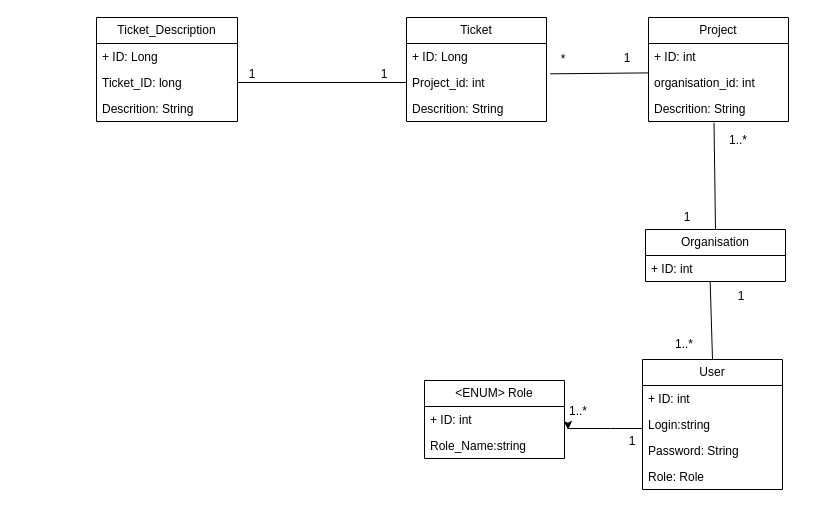
Before: GlobalClassDiagram.drawio in TunNetCom/TunNetCom-AionTime, a draw.io diagram. Source tidied: cells renumbered, new cells numbered last; positions are measured from the earlier drawing's top-left corner, leaving out a move shared by most shapes. Both pictures are drawn from the tidied source at 100%, with x=0, y=0 at pixel (96, 17).
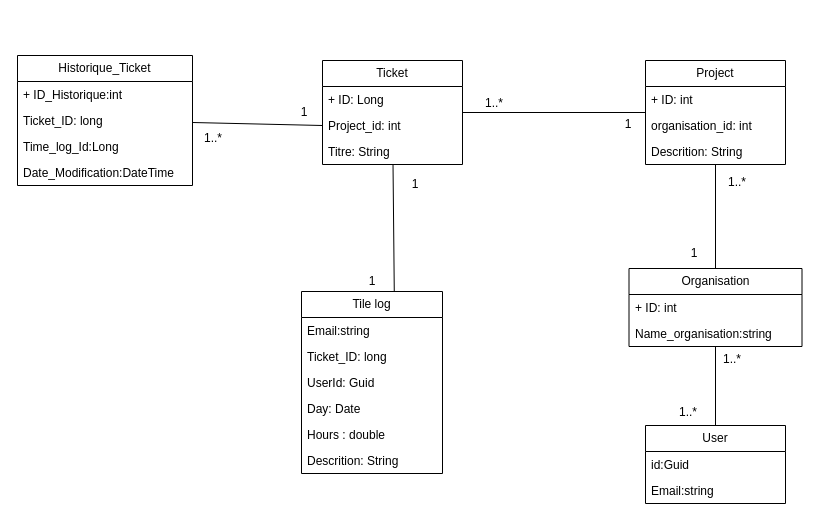
After the change.

Commit message:
Mettre à jour GlobalClassDiagram.drawio

The change refers to these unchanged cells:
```xml
<mxCell id="8" value="Project_id: int" style="text;strokeColor=none;fillColor=none;align=left;verticalAlign=top;spacingLeft=4;spacingRight=4;overflow=hidden;points=[[0,0.5],[1,0.5]];portConstraint=eastwest;whiteSpace=wrap;html=1;" parent="6" vertex="1">
  <mxGeometry y="52" width="140" height="26" as="geometry" />
</mxCell>
<mxCell id="12" value="organisation_id: int" style="text;strokeColor=none;fillColor=none;align=left;verticalAlign=top;spacingLeft=4;spacingRight=4;overflow=hidden;points=[[0,0.5],[1,0.5]];portConstraint=eastwest;whiteSpace=wrap;html=1;" parent="10" vertex="1">
  <mxGeometry y="52" width="140" height="26" as="geometry" />
</mxCell>
<mxCell id="13" value="Descrition: String&lt;br&gt;" style="text;strokeColor=none;fillColor=none;align=left;verticalAlign=top;spacingLeft=4;spacingRight=4;overflow=hidden;points=[[0,0.5],[1,0.5]];portConstraint=eastwest;whiteSpace=wrap;html=1;" parent="10" vertex="1">
  <mxGeometry y="78" width="140" height="26" as="geometry" />
</mxCell>
```

Diff of the diagram source:
```diff
@@
-    <mxCell id="2" value="Ticket_Description&lt;br&gt;" style="swimlane;fontStyle=0;horizontal=1;startSize=26;fillColor=none;whiteSpace=wrap;html=1;" parent="1" vertex="1">
-      <mxGeometry width="141" height="104" as="geometry" />
+    <mxCell id="2" value="Historique_Ticket" style="swimlane;fontStyle=0;horizontal=1;startSize=26;fillColor=none;whiteSpace=wrap;html=1;" parent="1" vertex="1">
+      <mxGeometry x="-79" y="38" width="175" height="130" as="geometry" />
     </mxCell>
-    <mxCell id="3" value="+ ID: Long&lt;br&gt;" style="text;strokeColor=none;fillColor=none;align=left;verticalAlign=top;spacingLeft=4;spacingRight=4;overflow=hidden;whiteSpace=wrap;html=1;" parent="2" vertex="1">
-      <mxGeometry y="26" width="141" height="26" as="geometry" />
+    <mxCell id="3" value="+ ID_Historique:int&amp;nbsp;" style="text;strokeColor=none;fillColor=none;align=left;verticalAlign=top;spacingLeft=4;spacingRight=4;overflow=hidden;whiteSpace=wrap;html=1;" parent="2" vertex="1">
+      <mxGeometry y="26" width="175" height="26" as="geometry" />
     </mxCell>
     <mxCell id="4" value="Ticket_ID: long" style="text;strokeColor=none;fillColor=none;align=left;verticalAlign=top;spacingLeft=4;spacingRight=4;overflow=hidden;points=[[0,0.5],[1,0.5]];portConstraint=eastwest;whiteSpace=wrap;html=1;" parent="2" vertex="1">
-      <mxGeometry y="52" width="141" height="26" as="geometry" />
+      <mxGeometry y="52" width="175" height="26" as="geometry" />
     </mxCell>
-    <mxCell id="5" value="Descrition: String&lt;br&gt;" style="text;strokeColor=none;fillColor=none;align=left;verticalAlign=top;spacingLeft=4;spacingRight=4;overflow=hidden;whiteSpace=wrap;html=1;" parent="2" vertex="1">
-      <mxGeometry y="78" width="141" height="26" as="geometry" />
+    <mxCell id="5" value="Time_log_Id:Long" style="text;strokeColor=none;fillColor=none;align=left;verticalAlign=top;spacingLeft=4;spacingRight=4;overflow=hidden;whiteSpace=wrap;html=1;" parent="2" vertex="1">
+      <mxGeometry y="78" width="175" height="26" as="geometry" />
     </mxCell>
+    <mxCell id="39" value="Date_Modification:DateTime" style="text;strokeColor=none;fillColor=none;align=left;verticalAlign=top;spacingLeft=4;spacingRight=4;overflow=hidden;whiteSpace=wrap;html=1;" parent="2" vertex="1">
+      <mxGeometry y="104" width="175" height="26" as="geometry" />
+    </mxCell>
     <mxCell id="6" value="Ticket" style="swimlane;fontStyle=0;horizontal=1;startSize=26;fillColor=none;whiteSpace=wrap;html=1;" parent="1" vertex="1">
-      <mxGeometry x="310" width="140" height="104" as="geometry" />
+      <mxGeometry x="226" y="43" width="140" height="104" as="geometry" />
     </mxCell>
@@
-    <mxCell id="9" value="Descrition: String&lt;br&gt;" style="text;strokeColor=none;fillColor=none;align=left;verticalAlign=top;spacingLeft=4;spacingRight=4;overflow=hidden;whiteSpace=wrap;html=1;" parent="6" vertex="1">
+    <mxCell id="9" value="Titre: String" style="text;strokeColor=none;fillColor=none;align=left;verticalAlign=top;spacingLeft=4;spacingRight=4;overflow=hidden;whiteSpace=wrap;html=1;" parent="6" vertex="1">
       <mxGeometry y="78" width="140" height="26" as="geometry" />
     </mxCell>
     <mxCell id="10" value="Project" style="swimlane;fontStyle=0;horizontal=1;startSize=26;fillColor=none;whiteSpace=wrap;html=1;" parent="1" vertex="1">
-      <mxGeometry x="552" width="140" height="104" as="geometry" />
+      <mxGeometry x="549" y="43" width="140" height="104" as="geometry" />
     </mxCell>
@@
     <mxCell id="14" value="Organisation" style="swimlane;fontStyle=0;horizontal=1;startSize=26;fillColor=none;whiteSpace=wrap;html=1;" parent="1" vertex="1">
-      <mxGeometry x="549" y="212" width="140" height="52" as="geometry" />
+      <mxGeometry x="532.5" y="251" width="173" height="78" as="geometry" />
     </mxCell>
     <mxCell id="15" value="+ ID: int" style="text;strokeColor=none;fillColor=none;align=left;verticalAlign=top;spacingLeft=4;spacingRight=4;overflow=hidden;points=[[0,0.5],[1,0.5]];portConstraint=eastwest;whiteSpace=wrap;html=1;" parent="14" vertex="1">
-      <mxGeometry y="26" width="140" height="26" as="geometry" />
+      <mxGeometry y="26" width="173" height="26" as="geometry" />
     </mxCell>
-    <mxCell id="16" style="endArrow=none;html=1;rounded=0;exitX=1;exitY=0.5;exitDx=0;exitDy=0;entryX=0;entryY=0.5;entryDx=0;entryDy=0;" parent="1" edge="1" source="4" target="8">
-      <mxGeometry relative="1" as="geometry" />
-    </mxCell>
+    <mxCell id="40" value="Name_organisation:string" style="text;strokeColor=none;fillColor=none;align=left;verticalAlign=top;spacingLeft=4;spacingRight=4;overflow=hidden;whiteSpace=wrap;html=1;" parent="14" vertex="1">
+      <mxGeometry y="52" width="173" height="26" as="geometry" />
+    </mxCell>
-    <mxCell id="17" style="endArrow=none;html=1;rounded=0;exitX=1.026;exitY=0.167;exitDx=0;exitDy=0;entryX=-0.003;entryY=0.131;entryDx=0;entryDy=0;exitPerimeter=0;entryPerimeter=0;" parent="1" edge="1" source="8" target="12">
+    <mxCell id="17" style="endArrow=none;html=1;rounded=0;" parent="1" edge="1" source="6" target="10">
       <mxGeometry relative="1" as="geometry" />
     </mxCell>
-    <mxCell id="18" value="1" style="text;html=1;strokeColor=none;fillColor=none;align=center;verticalAlign=middle;whiteSpace=wrap;rounded=0;" parent="1" vertex="1">
-      <mxGeometry x="126" y="42" width="60" height="30" as="geometry" />
-    </mxCell>
-    <mxCell id="19" value="1" style="text;html=1;strokeColor=none;fillColor=none;align=center;verticalAlign=middle;whiteSpace=wrap;rounded=0;" parent="1" vertex="1">
-      <mxGeometry x="258" y="42" width="60" height="30" as="geometry" />
-    </mxCell>
-    <mxCell id="20" value="1" style="text;html=1;strokeColor=none;fillColor=none;align=center;verticalAlign=middle;whiteSpace=wrap;rounded=0;" parent="1" vertex="1">
-      <mxGeometry x="501" y="26" width="60" height="30" as="geometry" />
-    </mxCell>
-    <mxCell id="21" value="*" style="text;html=1;strokeColor=none;fillColor=none;align=center;verticalAlign=middle;whiteSpace=wrap;rounded=0;" parent="1" vertex="1">
-      <mxGeometry x="437" y="27" width="60" height="29" as="geometry" />
-    </mxCell>
-    <mxCell id="22" style="endArrow=none;html=1;rounded=0;exitX=0.5;exitY=0;exitDx=0;exitDy=0;entryX=0.468;entryY=1.05;entryDx=0;entryDy=0;entryPerimeter=0;" parent="1" edge="1" source="14" target="13">
+    <mxCell id="22" style="endArrow=none;html=1;rounded=0;" parent="1" edge="1" source="14" target="10">
       <mxGeometry relative="1" as="geometry" />
     </mxCell>
     <mxCell id="23" value="1" style="text;html=1;strokeColor=none;fillColor=none;align=center;verticalAlign=middle;whiteSpace=wrap;rounded=0;" parent="1" vertex="1">
-      <mxGeometry x="561" y="185" width="60" height="30" as="geometry" />
+      <mxGeometry x="178" y="80" width="60" height="30" as="geometry" />
     </mxCell>
     <mxCell id="24" value="1..*" style="text;html=1;strokeColor=none;fillColor=none;align=center;verticalAlign=middle;whiteSpace=wrap;rounded=0;" parent="1" vertex="1">
-      <mxGeometry x="612" y="108" width="60" height="30" as="geometry" />
+      <mxGeometry x="87" y="106" width="60" height="30" as="geometry" />
     </mxCell>
-    <mxCell id="25" style="endArrow=none;html=1;rounded=0;entryX=0.462;entryY=1.014;entryDx=0;entryDy=0;entryPerimeter=0;exitX=0.5;exitY=0;exitDx=0;exitDy=0;" parent="1" edge="1" source="29" target="15">
+    <mxCell id="25" style="endArrow=none;html=1;rounded=0;exitX=0.5;exitY=0;exitDx=0;exitDy=0;" parent="1" edge="1" source="29" target="14">
       <mxGeometry relative="1" as="geometry" />
     </mxCell>
-    <mxCell id="26" value="&amp;lt;ENUM&amp;gt; Role&lt;br&gt;" style="swimlane;fontStyle=0;horizontal=1;startSize=26;fillColor=none;whiteSpace=wrap;html=1;" parent="1" vertex="1">
-      <mxGeometry x="328" y="363" width="140" height="78" as="geometry" />
-    </mxCell>
-    <mxCell id="27" value="+ ID: int" style="text;strokeColor=none;fillColor=none;align=left;verticalAlign=top;spacingLeft=4;spacingRight=4;overflow=hidden;whiteSpace=wrap;html=1;" parent="26" vertex="1">
-      <mxGeometry y="26" width="140" height="26" as="geometry" />
-    </mxCell>
-    <mxCell id="28" value="Role_Name:string" style="text;strokeColor=none;fillColor=none;align=left;verticalAlign=top;spacingLeft=4;spacingRight=4;overflow=hidden;points=[[0,0.5],[1,0.5]];portConstraint=eastwest;whiteSpace=wrap;html=1;" parent="26" vertex="1">
-      <mxGeometry y="52" width="140" height="26" as="geometry" />
-    </mxCell>
     <mxCell id="29" value="User" style="swimlane;fontStyle=0;horizontal=1;startSize=26;fillColor=none;whiteSpace=wrap;html=1;" parent="1" vertex="1">
-      <mxGeometry x="546" y="342" width="140" height="130" as="geometry" />
+      <mxGeometry x="549" y="408" width="140" height="78" as="geometry" />
     </mxCell>
+    <mxCell id="41" value="id:Guid" style="text;strokeColor=none;fillColor=none;align=left;verticalAlign=top;spacingLeft=4;spacingRight=4;overflow=hidden;whiteSpace=wrap;html=1;" parent="29" vertex="1">
+      <mxGeometry y="26" width="140" height="26" as="geometry" />
+    </mxCell>
-    <mxCell id="30" value="+ ID: int" style="text;strokeColor=none;fillColor=none;align=left;verticalAlign=top;spacingLeft=4;spacingRight=4;overflow=hidden;whiteSpace=wrap;html=1;" parent="29" vertex="1">
-      <mxGeometry y="26" width="140" height="26" as="geometry" />
+    <mxCell id="30" value="Email:string" style="text;strokeColor=none;fillColor=none;align=left;verticalAlign=top;spacingLeft=4;spacingRight=4;overflow=hidden;whiteSpace=wrap;html=1;" parent="29" vertex="1">
+      <mxGeometry y="52" width="140" height="26" as="geometry" />
     </mxCell>
-    <mxCell id="31" value="Login:string" style="text;strokeColor=none;fillColor=none;align=left;verticalAlign=top;spacingLeft=4;spacingRight=4;overflow=hidden;points=[[0,0.5],[1,0.5]];portConstraint=eastwest;whiteSpace=wrap;html=1;" parent="29" vertex="1">
-      <mxGeometry y="52" width="140" height="26" as="geometry" />
-    </mxCell>
-    <mxCell id="32" value="Password: String" style="text;strokeColor=none;fillColor=none;align=left;verticalAlign=top;spacingLeft=4;spacingRight=4;overflow=hidden;whiteSpace=wrap;html=1;" parent="29" vertex="1">
-      <mxGeometry y="78" width="140" height="26" as="geometry" />
-    </mxCell>
-    <mxCell id="33" value="Role: Role" style="text;strokeColor=none;fillColor=none;align=left;verticalAlign=top;spacingLeft=4;spacingRight=4;overflow=hidden;whiteSpace=wrap;html=1;" parent="29" vertex="1">
-      <mxGeometry y="104" width="140" height="26" as="geometry" />
-    </mxCell>
-    <mxCell id="34" style="edgeStyle=orthogonalEdgeStyle;rounded=0;jettySize=auto;html=1;entryX=1.026;entryY=-0.109;entryDx=0;entryDy=0;entryPerimeter=0;" parent="1" edge="1" source="31" target="28">
-      <mxGeometry relative="1" as="geometry">
-        <Array as="points">
-          <mxPoint x="514" y="411" />
-          <mxPoint x="514" y="411" />
-        </Array>
-      </mxGeometry>
-    </mxCell>
-    <mxCell id="35" value="1" style="text;html=1;strokeColor=none;fillColor=none;align=center;verticalAlign=middle;whiteSpace=wrap;rounded=0;" parent="1" vertex="1">
-      <mxGeometry x="615" y="264" width="60" height="30" as="geometry" />
-    </mxCell>
-    <mxCell id="36" value="1..*" style="text;html=1;strokeColor=none;fillColor=none;align=center;verticalAlign=middle;whiteSpace=wrap;rounded=0;" parent="1" vertex="1">
-      <mxGeometry x="558" y="312" width="60" height="30" as="geometry" />
-    </mxCell>
-    <mxCell id="37" value="1..*" style="text;html=1;strokeColor=none;fillColor=none;align=center;verticalAlign=middle;whiteSpace=wrap;rounded=0;" parent="1" vertex="1">
-      <mxGeometry x="452" y="379" width="60" height="30" as="geometry" />
-    </mxCell>
-    <mxCell id="38" value="1" style="text;html=1;strokeColor=none;fillColor=none;align=center;verticalAlign=middle;whiteSpace=wrap;rounded=0;" parent="1" vertex="1">
-      <mxGeometry x="506" y="409" width="60" height="30" as="geometry" />
-    </mxCell>
+    <mxCell id="42" value="Tile log" style="swimlane;fontStyle=0;horizontal=1;startSize=26;fillColor=none;whiteSpace=wrap;html=1;" parent="1" vertex="1">
+      <mxGeometry x="205" y="274" width="141" height="182" as="geometry" />
+    </mxCell>
+    <mxCell id="43" value="Email:string" style="text;strokeColor=none;fillColor=none;align=left;verticalAlign=top;spacingLeft=4;spacingRight=4;overflow=hidden;whiteSpace=wrap;html=1;" parent="42" vertex="1">
+      <mxGeometry y="26" width="141" height="26" as="geometry" />
+    </mxCell>
+    <mxCell id="44" value="Ticket_ID: long" style="text;strokeColor=none;fillColor=none;align=left;verticalAlign=top;spacingLeft=4;spacingRight=4;overflow=hidden;whiteSpace=wrap;html=1;" parent="42" vertex="1">
+      <mxGeometry y="52" width="141" height="26" as="geometry" />
+    </mxCell>
+    <mxCell id="45" value="UserId: Guid" style="text;strokeColor=none;fillColor=none;align=left;verticalAlign=top;spacingLeft=4;spacingRight=4;overflow=hidden;whiteSpace=wrap;html=1;" parent="42" vertex="1">
+      <mxGeometry y="78" width="141" height="26" as="geometry" />
+    </mxCell>
+    <mxCell id="46" value="Day: Date" style="text;strokeColor=none;fillColor=none;align=left;verticalAlign=top;spacingLeft=4;spacingRight=4;overflow=hidden;whiteSpace=wrap;html=1;" parent="42" vertex="1">
+      <mxGeometry y="104" width="141" height="26" as="geometry" />
+    </mxCell>
+    <mxCell id="47" value="Hours : double" style="text;strokeColor=none;fillColor=none;align=left;verticalAlign=top;spacingLeft=4;spacingRight=4;overflow=hidden;whiteSpace=wrap;html=1;" parent="42" vertex="1">
+      <mxGeometry y="130" width="141" height="26" as="geometry" />
+    </mxCell>
+    <mxCell id="48" value="Descrition: String&lt;br&gt;" style="text;strokeColor=none;fillColor=none;align=left;verticalAlign=top;spacingLeft=4;spacingRight=4;overflow=hidden;whiteSpace=wrap;html=1;" parent="42" vertex="1">
+      <mxGeometry y="156" width="141" height="26" as="geometry" />
+    </mxCell>
+    <mxCell id="49" style="endArrow=none;html=1;rounded=0;entryX=0.658;entryY=-0.001;entryDx=0;entryDy=0;entryPerimeter=0;" parent="1" edge="1" source="6" target="42">
+      <mxGeometry relative="1" as="geometry" />
+    </mxCell>
+    <mxCell id="50" style="endArrow=none;html=1;rounded=0;exitX=0;exitY=0.5;exitDx=0;exitDy=0;" parent="1" edge="1" source="8" target="2">
+      <mxGeometry relative="1" as="geometry" />
+    </mxCell>
+    <mxCell id="51" value="1" style="text;html=1;strokeColor=none;fillColor=none;align=center;verticalAlign=middle;whiteSpace=wrap;rounded=0;" parent="1" vertex="1">
+      <mxGeometry x="245.5" y="249" width="60" height="30" as="geometry" />
+    </mxCell>
+    <mxCell id="52" value="1" style="text;html=1;strokeColor=none;fillColor=none;align=center;verticalAlign=middle;whiteSpace=wrap;rounded=0;" parent="1" vertex="1">
+      <mxGeometry x="289" y="152" width="60" height="30" as="geometry" />
+    </mxCell>
+    <mxCell id="53" value="1..*" style="text;html=1;strokeColor=none;fillColor=none;align=center;verticalAlign=middle;whiteSpace=wrap;rounded=0;" parent="1" vertex="1">
+      <mxGeometry x="368" y="71" width="60" height="30" as="geometry" />
+    </mxCell>
+    <mxCell id="54" value="1" style="text;html=1;strokeColor=none;fillColor=none;align=center;verticalAlign=middle;whiteSpace=wrap;rounded=0;" parent="1" vertex="1">
+      <mxGeometry x="502" y="92" width="60" height="30" as="geometry" />
+    </mxCell>
+    <mxCell id="55" value="1..*" style="text;html=1;strokeColor=none;fillColor=none;align=center;verticalAlign=middle;whiteSpace=wrap;rounded=0;" parent="1" vertex="1">
+      <mxGeometry x="611" y="150" width="60" height="30" as="geometry" />
+    </mxCell>
+    <mxCell id="56" value="1" style="text;html=1;strokeColor=none;fillColor=none;align=center;verticalAlign=middle;whiteSpace=wrap;rounded=0;" parent="1" vertex="1">
+      <mxGeometry x="568" y="221" width="60" height="30" as="geometry" />
+    </mxCell>
+    <mxCell id="57" value="1..*" style="text;html=1;strokeColor=none;fillColor=none;align=center;verticalAlign=middle;whiteSpace=wrap;rounded=0;" parent="1" vertex="1">
+      <mxGeometry x="606" y="327" width="60" height="30" as="geometry" />
+    </mxCell>
+    <mxCell id="58" value="1..*" style="text;html=1;strokeColor=none;fillColor=none;align=center;verticalAlign=middle;whiteSpace=wrap;rounded=0;" parent="1" vertex="1">
+      <mxGeometry x="562" y="380" width="60" height="30" as="geometry" />
+    </mxCell>
```
